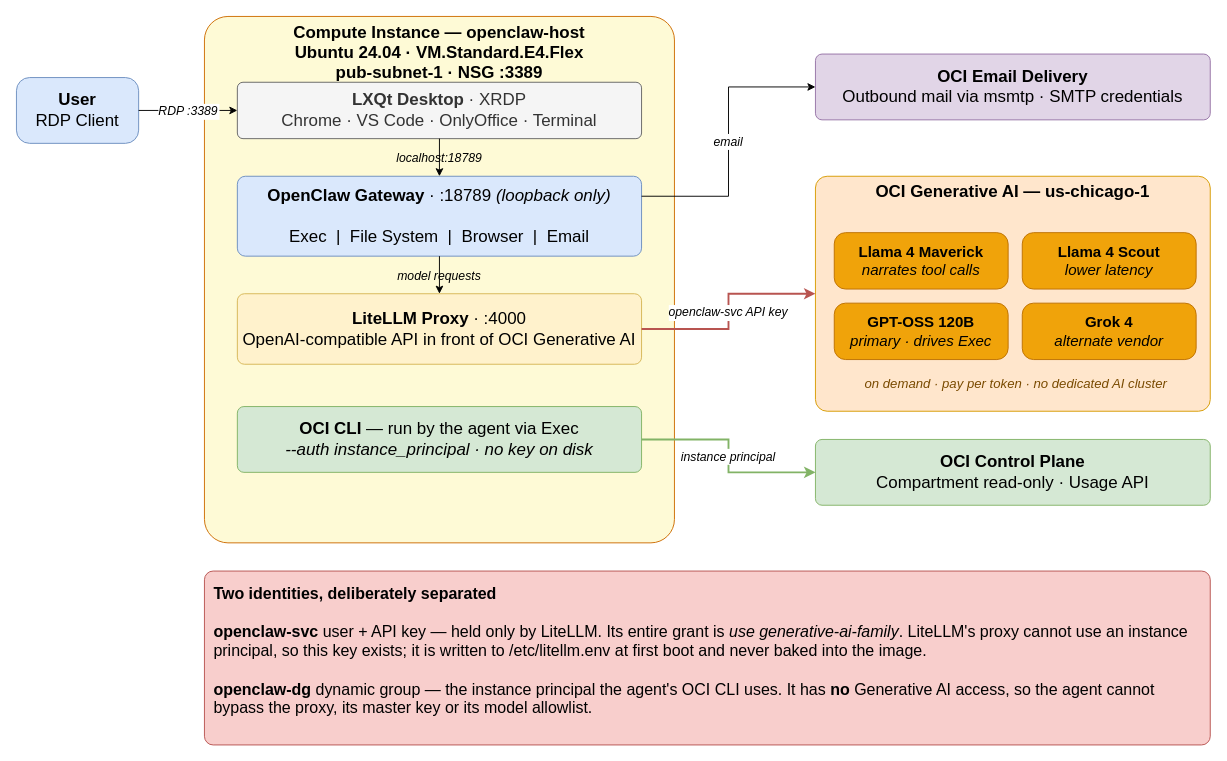
The draw.io diagram oci-openclaw.drawio in mamonaco1973/oci-openclaw, before the edit. Source tidied: cells renumbered, new cells numbered last; positions are measured from the earlier drawing's top-left corner, leaving out a move shared by most shapes. Both pictures are drawn from the tidied source at 94%, with x=0, y=0 at pixel (16, 16).
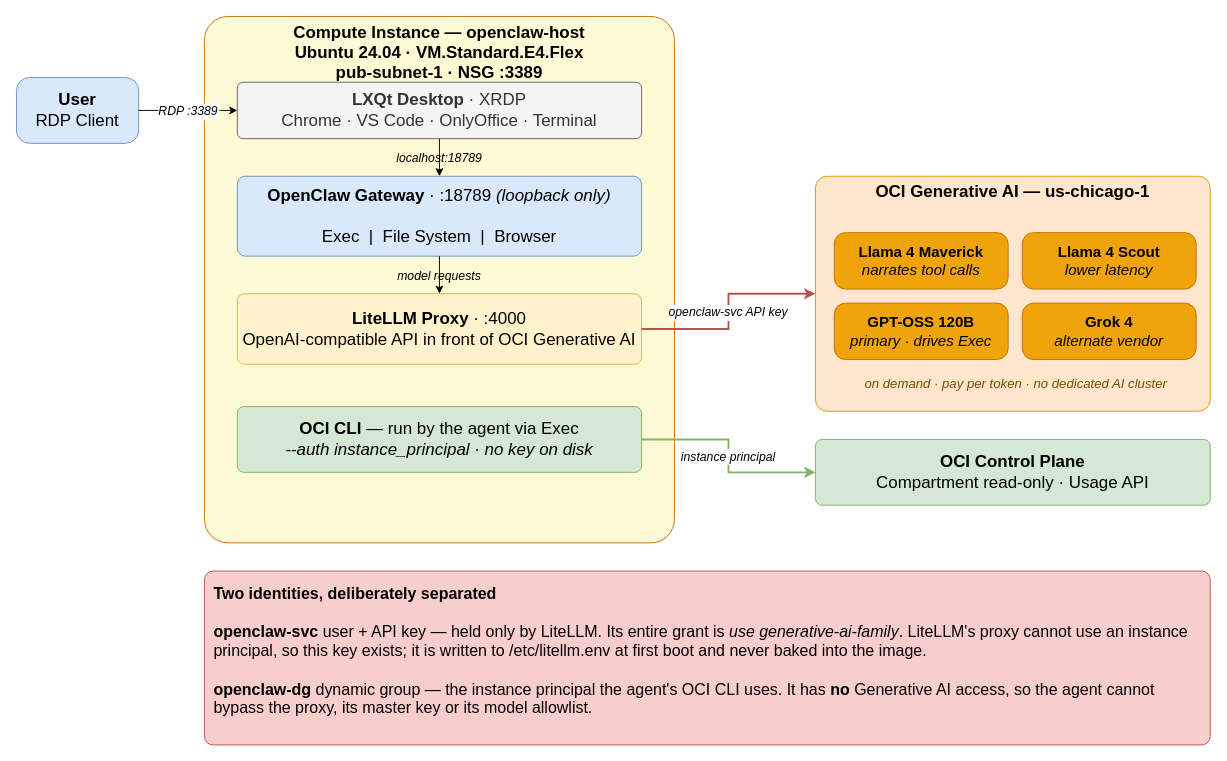
The same page after the edit.

Change to the diagram source:
```diff
@@
-    <mxCell id="5" value="&lt;font style=&quot;font-size: 18px;&quot;&gt;&lt;b&gt;OpenClaw Gateway&lt;/b&gt; · :18789 &lt;i&gt;(loopback only)&lt;/i&gt;&lt;br&gt;&lt;br&gt;Exec &amp;nbsp;|&amp;nbsp; File System &amp;nbsp;|&amp;nbsp; Browser &amp;nbsp;|&amp;nbsp; Email&lt;/font&gt;" style="rounded=1;whiteSpace=wrap;html=1;fillColor=#dae8fc;strokeColor=#6c8ebf;fontSize=12;arcSize=10;" parent="1" vertex="1">
+    <mxCell id="5" value="&lt;font style=&quot;font-size: 18px;&quot;&gt;&lt;b&gt;OpenClaw Gateway&lt;/b&gt; · :18789 &lt;i&gt;(loopback only)&lt;/i&gt;&lt;br&gt;&lt;br&gt;Exec &amp;nbsp;|&amp;nbsp; File System &amp;nbsp;|&amp;nbsp; Browser&lt;/font&gt;" style="rounded=1;whiteSpace=wrap;html=1;fillColor=#dae8fc;strokeColor=#6c8ebf;fontSize=12;arcSize=10;" parent="1" vertex="1">
       <mxGeometry x="235" y="170" width="430" height="85" as="geometry" />
     </mxCell>
@@
-    <mxCell id="8" value="&lt;font style=&quot;font-size: 18px;&quot;&gt;&lt;b&gt;OCI Email Delivery&lt;/b&gt;&lt;br&gt;Outbound mail via msmtp · SMTP credentials&lt;/font&gt;" style="rounded=1;whiteSpace=wrap;html=1;fillColor=#e1d5e7;strokeColor=#9673a6;fontSize=12;arcSize=10;" parent="1" vertex="1">
-      <mxGeometry x="850" y="40" width="420" height="70" as="geometry" />
-    </mxCell>
@@
-    <mxCell id="22" value="email" style="edgeStyle=orthogonalEdgeStyle;rounded=0;fontSize=13;fontStyle=2;exitX=1;exitY=0.25;exitDx=0;exitDy=0;entryX=0;entryY=0.5;entryDx=0;entryDy=0;" parent="1" edge="1" source="5" target="8">
-      <mxGeometry relative="1" as="geometry" />
-    </mxCell>
```
